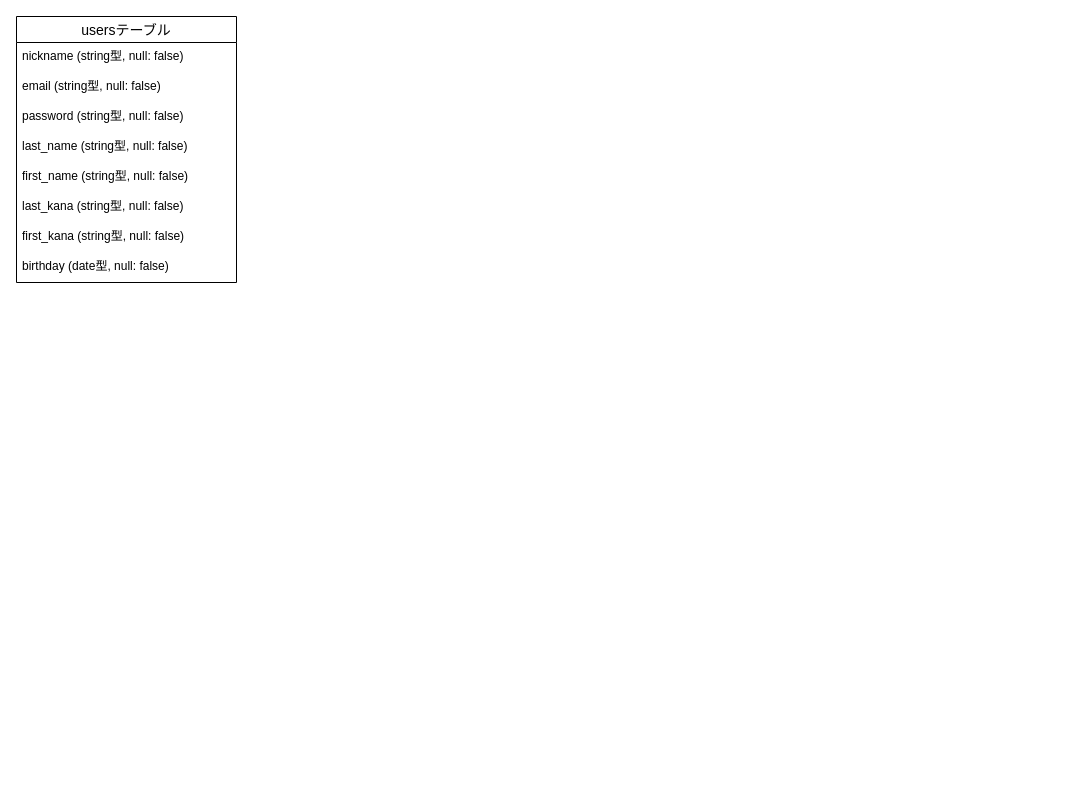
akarinaakarina/fashion-setupshop keeps this draw.io diagram as er.dio. Above is the earlier version. Source tidied: cells renumbered, new cells numbered last; positions are measured from the earlier drawing's top-left corner, leaving out a move shared by most shapes. Both pictures are drawn from the tidied source at 100%, with x=0, y=0 at pixel (16, 16).
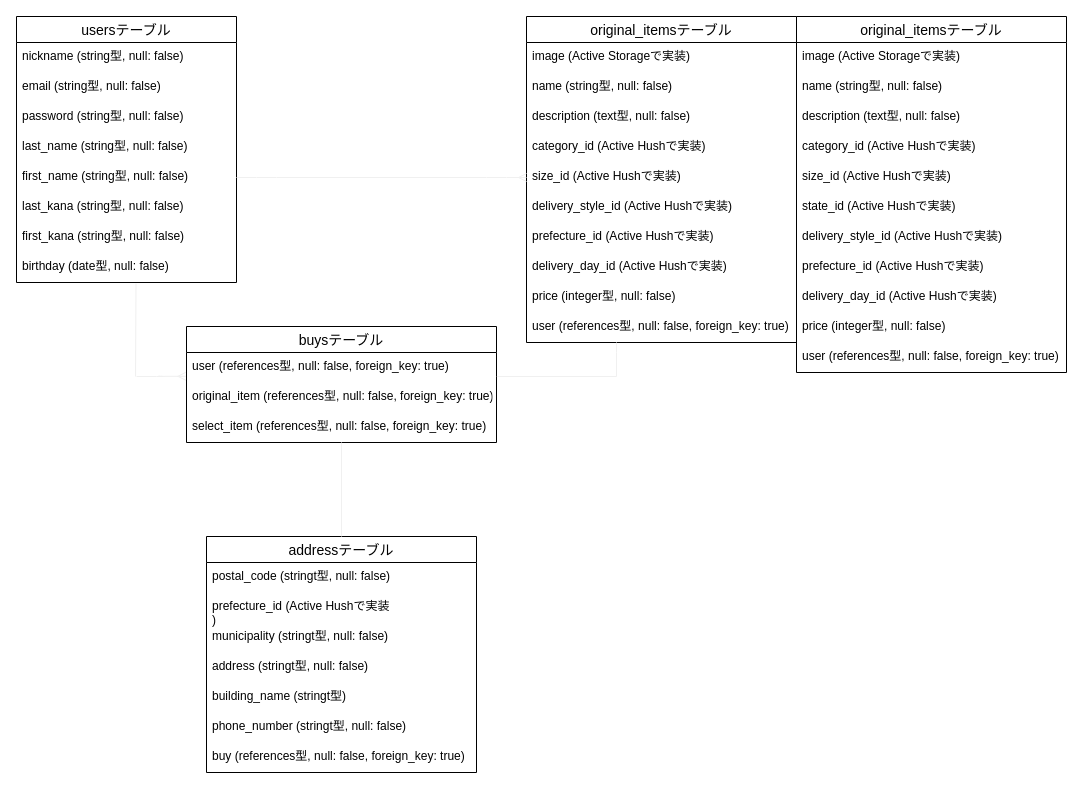
After the change.

The edit, as a diff of the source:
```diff
@@
+    <mxCell id="12" value="original_itemsテーブル" style="swimlane;fontStyle=0;horizontal=1;startSize=26;align=center;fontSize=14;" parent="1" vertex="1">
+      <mxGeometry x="510" width="270" height="326" as="geometry" />
+    </mxCell>
+    <mxCell id="13" value="image (Active Storageで実装)" style="text;strokeColor=none;fillColor=none;spacingLeft=4;spacingRight=4;overflow=hidden;fontSize=12;" parent="12" vertex="1">
+      <mxGeometry y="26" width="270" height="30" as="geometry" />
+    </mxCell>
+    <mxCell id="14" value="name (string型, null: false)" style="text;strokeColor=none;fillColor=none;spacingLeft=4;spacingRight=4;overflow=hidden;fontSize=12;" parent="12" vertex="1">
+      <mxGeometry y="56" width="270" height="30" as="geometry" />
+    </mxCell>
+    <mxCell id="15" value="description (text型, null: false)" style="text;strokeColor=none;fillColor=none;spacingLeft=4;spacingRight=4;overflow=hidden;fontSize=12;" parent="12" vertex="1">
+      <mxGeometry y="86" width="270" height="30" as="geometry" />
+    </mxCell>
+    <mxCell id="16" value="category_id (Active Hushで実装)" style="text;strokeColor=none;fillColor=none;spacingLeft=4;spacingRight=4;overflow=hidden;fontSize=12;" parent="12" vertex="1">
+      <mxGeometry y="116" width="270" height="30" as="geometry" />
+    </mxCell>
+    <mxCell id="17" value="size_id (Active Hushで実装)" style="text;strokeColor=none;fillColor=none;spacingLeft=4;spacingRight=4;overflow=hidden;fontSize=12;" parent="12" vertex="1">
+      <mxGeometry y="146" width="270" height="30" as="geometry" />
+    </mxCell>
+    <mxCell id="18" value="delivery_style_id (Active Hushで実装)" style="text;strokeColor=none;fillColor=none;spacingLeft=4;spacingRight=4;overflow=hidden;fontSize=12;" parent="12" vertex="1">
+      <mxGeometry y="176" width="270" height="30" as="geometry" />
+    </mxCell>
+    <mxCell id="19" value="prefecture_id (Active Hushで実装)" style="text;strokeColor=none;fillColor=none;spacingLeft=4;spacingRight=4;overflow=hidden;fontSize=12;" parent="12" vertex="1">
+      <mxGeometry y="206" width="270" height="30" as="geometry" />
+    </mxCell>
+    <mxCell id="20" value="delivery_day_id (Active Hushで実装)" style="text;strokeColor=none;fillColor=none;spacingLeft=4;spacingRight=4;overflow=hidden;fontSize=12;" parent="12" vertex="1">
+      <mxGeometry y="236" width="270" height="30" as="geometry" />
+    </mxCell>
+    <mxCell id="21" value="price (integer型, null: false)" style="text;strokeColor=none;fillColor=none;spacingLeft=4;spacingRight=4;overflow=hidden;fontSize=12;" parent="12" vertex="1">
+      <mxGeometry y="266" width="270" height="30" as="geometry" />
+    </mxCell>
+    <mxCell id="22" value="user (references型, null: false, foreign_key: true)" style="text;strokeColor=none;fillColor=none;spacingLeft=4;spacingRight=4;overflow=hidden;fontSize=12;" parent="12" vertex="1">
+      <mxGeometry y="296" width="270" height="30" as="geometry" />
+    </mxCell>
+    <mxCell id="23" value="original_itemsテーブル" style="swimlane;fontStyle=0;horizontal=1;startSize=26;align=center;fontSize=14;" parent="1" vertex="1">
+      <mxGeometry x="780" width="270" height="356" as="geometry" />
+    </mxCell>
+    <mxCell id="24" value="image (Active Storageで実装)" style="text;strokeColor=none;fillColor=none;spacingLeft=4;spacingRight=4;overflow=hidden;fontSize=12;" parent="23" vertex="1">
+      <mxGeometry y="26" width="270" height="30" as="geometry" />
+    </mxCell>
+    <mxCell id="25" value="name (string型, null: false)" style="text;strokeColor=none;fillColor=none;spacingLeft=4;spacingRight=4;overflow=hidden;fontSize=12;" parent="23" vertex="1">
+      <mxGeometry y="56" width="270" height="30" as="geometry" />
+    </mxCell>
+    <mxCell id="26" value="description (text型, null: false)" style="text;strokeColor=none;fillColor=none;spacingLeft=4;spacingRight=4;overflow=hidden;fontSize=12;" parent="23" vertex="1">
+      <mxGeometry y="86" width="270" height="30" as="geometry" />
+    </mxCell>
+    <mxCell id="27" value="category_id (Active Hushで実装)" style="text;strokeColor=none;fillColor=none;spacingLeft=4;spacingRight=4;overflow=hidden;fontSize=12;" parent="23" vertex="1">
+      <mxGeometry y="116" width="270" height="30" as="geometry" />
+    </mxCell>
+    <mxCell id="28" value="size_id (Active Hushで実装)" style="text;strokeColor=none;fillColor=none;spacingLeft=4;spacingRight=4;overflow=hidden;fontSize=12;" parent="23" vertex="1">
+      <mxGeometry y="146" width="270" height="30" as="geometry" />
+    </mxCell>
+    <mxCell id="29" value="state_id (Active Hushで実装)" style="text;strokeColor=none;fillColor=none;spacingLeft=4;spacingRight=4;overflow=hidden;fontSize=12;" parent="23" vertex="1">
+      <mxGeometry y="176" width="270" height="30" as="geometry" />
+    </mxCell>
+    <mxCell id="30" value="delivery_style_id (Active Hushで実装)" style="text;strokeColor=none;fillColor=none;spacingLeft=4;spacingRight=4;overflow=hidden;fontSize=12;" parent="23" vertex="1">
+      <mxGeometry y="206" width="270" height="30" as="geometry" />
+    </mxCell>
+    <mxCell id="31" value="prefecture_id (Active Hushで実装)" style="text;strokeColor=none;fillColor=none;spacingLeft=4;spacingRight=4;overflow=hidden;fontSize=12;" parent="23" vertex="1">
+      <mxGeometry y="236" width="270" height="30" as="geometry" />
+    </mxCell>
+    <mxCell id="32" value="delivery_day_id (Active Hushで実装)" style="text;strokeColor=none;fillColor=none;spacingLeft=4;spacingRight=4;overflow=hidden;fontSize=12;" parent="23" vertex="1">
+      <mxGeometry y="266" width="270" height="30" as="geometry" />
+    </mxCell>
+    <mxCell id="33" value="price (integer型, null: false)" style="text;strokeColor=none;fillColor=none;spacingLeft=4;spacingRight=4;overflow=hidden;fontSize=12;" parent="23" vertex="1">
+      <mxGeometry y="296" width="270" height="30" as="geometry" />
+    </mxCell>
+    <mxCell id="34" value="user (references型, null: false, foreign_key: true)" style="text;strokeColor=none;fillColor=none;spacingLeft=4;spacingRight=4;overflow=hidden;fontSize=12;" parent="23" vertex="1">
+      <mxGeometry y="326" width="270" height="30" as="geometry" />
+    </mxCell>
+    <mxCell id="35" value="buysテーブル" style="swimlane;fontStyle=0;horizontal=1;startSize=26;align=center;fontSize=14;" parent="1" vertex="1">
+      <mxGeometry x="170" y="310" width="310" height="116" as="geometry" />
+    </mxCell>
+    <mxCell id="36" value="user (references型, null: false, foreign_key: true)" style="text;strokeColor=none;fillColor=none;spacingLeft=4;spacingRight=4;overflow=hidden;fontSize=12;" parent="35" vertex="1">
+      <mxGeometry y="26" width="310" height="30" as="geometry" />
+    </mxCell>
+    <mxCell id="37" value="original_item (references型, null: false, foreign_key: true)" style="text;strokeColor=none;fillColor=none;spacingLeft=4;spacingRight=4;overflow=hidden;fontSize=12;" parent="35" vertex="1">
+      <mxGeometry y="56" width="310" height="30" as="geometry" />
+    </mxCell>
+    <mxCell id="38" value="select_item (references型, null: false, foreign_key: true)" style="text;strokeColor=none;fillColor=none;spacingLeft=4;spacingRight=4;overflow=hidden;fontSize=12;" parent="35" vertex="1">
+      <mxGeometry y="86" width="310" height="30" as="geometry" />
+    </mxCell>
+    <mxCell id="39" value="addressテーブル" style="swimlane;fontStyle=0;horizontal=1;startSize=26;align=center;fontSize=14;" parent="1" vertex="1">
+      <mxGeometry x="190" y="520" width="270" height="236" as="geometry" />
+    </mxCell>
+    <mxCell id="40" value="postal_code (stringt型, null: false)" style="text;strokeColor=none;fillColor=none;spacingLeft=4;spacingRight=4;overflow=hidden;fontSize=12;" parent="39" vertex="1">
+      <mxGeometry y="26" width="270" height="30" as="geometry" />
+    </mxCell>
+    <mxCell id="41" value="prefecture_id (Active Hushで実装&#10;)" style="text;strokeColor=none;fillColor=none;spacingLeft=4;spacingRight=4;overflow=hidden;fontSize=12;" parent="39" vertex="1">
+      <mxGeometry y="56" width="270" height="30" as="geometry" />
+    </mxCell>
+    <mxCell id="42" value="municipality (stringt型, null: false)" style="text;strokeColor=none;fillColor=none;spacingLeft=4;spacingRight=4;overflow=hidden;fontSize=12;" parent="39" vertex="1">
+      <mxGeometry y="86" width="270" height="30" as="geometry" />
+    </mxCell>
+    <mxCell id="43" value="address (stringt型, null: false)" style="text;strokeColor=none;fillColor=none;spacingLeft=4;spacingRight=4;overflow=hidden;fontSize=12;" parent="39" vertex="1">
+      <mxGeometry y="116" width="270" height="30" as="geometry" />
+    </mxCell>
+    <mxCell id="44" value="building_name (stringt型)" style="text;strokeColor=none;fillColor=none;spacingLeft=4;spacingRight=4;overflow=hidden;fontSize=12;" parent="39" vertex="1">
+      <mxGeometry y="146" width="270" height="30" as="geometry" />
+    </mxCell>
+    <mxCell id="45" value="phone_number (stringt型, null: false)" style="text;strokeColor=none;fillColor=none;spacingLeft=4;spacingRight=4;overflow=hidden;fontSize=12;" parent="39" vertex="1">
+      <mxGeometry y="176" width="270" height="30" as="geometry" />
+    </mxCell>
+    <mxCell id="46" value="buy (references型, null: false, foreign_key: true)" style="text;strokeColor=none;fillColor=none;spacingLeft=4;spacingRight=4;overflow=hidden;fontSize=12;" parent="39" vertex="1">
+      <mxGeometry y="206" width="270" height="30" as="geometry" />
+    </mxCell>
+    <mxCell id="47" style="edgeStyle=entityRelationEdgeStyle;fontSize=12;html=1;endArrow=ERmany;strokeColor=#f0f0f0;entryX=-0.002;entryY=0.792;entryDx=0;entryDy=0;entryPerimeter=0;" parent="1" edge="1">
+      <mxGeometry relative="1" as="geometry">
+        <mxPoint x="120" y="360" as="sourcePoint" />
+        <mxPoint x="169.4" y="359.8" as="targetPoint" />
+      </mxGeometry>
+    </mxCell>
+    <mxCell id="48" style="endArrow=none;html=1;rounded=0;strokeColor=#f0f0f0;entryX=0.543;entryY=1.039;entryDx=0;entryDy=0;entryPerimeter=0;" parent="1" edge="1">
+      <mxGeometry relative="1" as="geometry">
+        <mxPoint x="119" y="360" as="sourcePoint" />
+        <mxPoint x="119.5" y="267.2" as="targetPoint" />
+      </mxGeometry>
+    </mxCell>
+    <mxCell id="49" style="edgeStyle=entityRelationEdgeStyle;fontSize=12;html=1;endArrow=ERmany;strokeColor=#f0f0f0;exitX=1;exitY=0.5;exitDx=0;exitDy=0;entryX=0;entryY=0.5;entryDx=0;entryDy=0;" parent="1" edge="1">
+      <mxGeometry relative="1" as="geometry">
+        <mxPoint x="220" y="161" as="sourcePoint" />
+        <mxPoint x="510" y="161" as="targetPoint" />
+      </mxGeometry>
+    </mxCell>
+    <mxCell id="50" style="endArrow=none;html=1;rounded=0;strokeColor=#f0f0f0;exitX=1.001;exitY=0.799;exitDx=0;exitDy=0;exitPerimeter=0;" parent="1" edge="1">
+      <mxGeometry relative="1" as="geometry">
+        <mxPoint x="480.3" y="360" as="sourcePoint" />
+        <mxPoint x="600" y="360" as="targetPoint" />
+      </mxGeometry>
+    </mxCell>
+    <mxCell id="51" style="endArrow=none;html=1;rounded=0;strokeColor=#f0f0f0;" parent="1" edge="1">
+      <mxGeometry relative="1" as="geometry">
+        <mxPoint x="600" y="360" as="sourcePoint" />
+        <mxPoint x="600" y="326" as="targetPoint" />
+        <Array as="points">
+          <mxPoint x="600" y="336" />
+        </Array>
+      </mxGeometry>
+    </mxCell>
+    <mxCell id="52" style="endArrow=none;html=1;rounded=0;strokeColor=#f0f0f0;exitX=0.5;exitY=0;exitDx=0;exitDy=0;entryX=0.5;entryY=1;entryDx=0;entryDy=0;" parent="1" edge="1">
+      <mxGeometry relative="1" as="geometry">
+        <mxPoint x="325" y="520" as="sourcePoint" />
+        <mxPoint x="325" y="426" as="targetPoint" />
+      </mxGeometry>
+    </mxCell>
```
